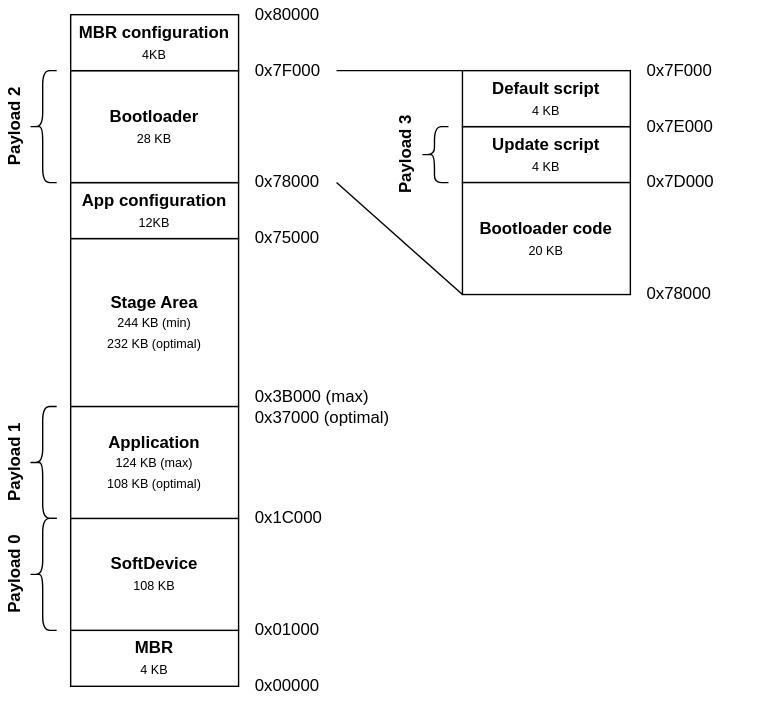
Earlier version of the draw.io export nolobolo_s112_map.svg (doki-nordic/draw.io). Source tidied: cells renumbered, new cells last; positions are measured from the earlier drawing's top-left corner, leaving out a move shared by most shapes.
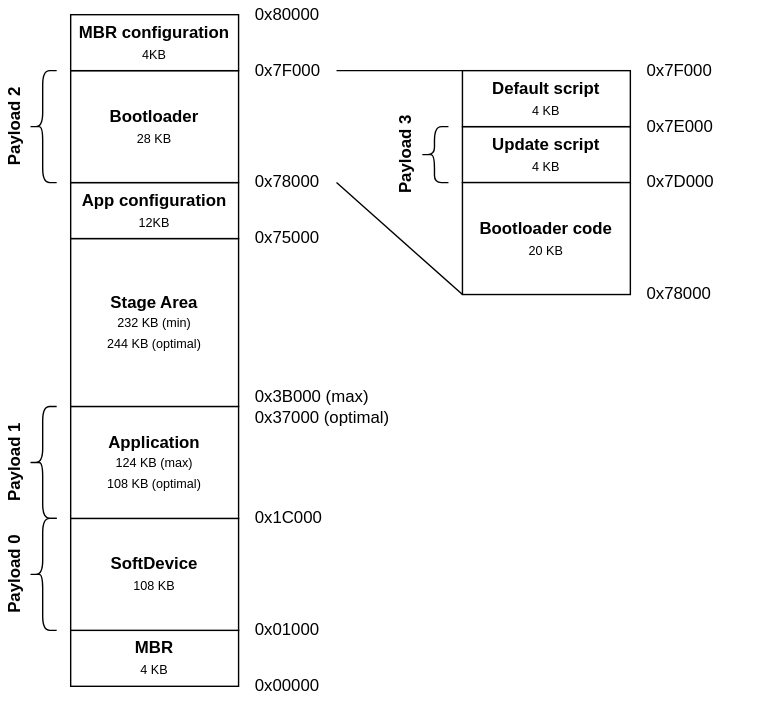
After the commit.

What changed in the source:
```diff
@@ -11,7 +11,7 @@
     <mxCell id="4" value="&lt;b&gt;Application&lt;/b&gt;&lt;br&gt;&lt;font style=&quot;font-size: 9px&quot;&gt;124 KB (max)&lt;br&gt;108 KB (optimal)&lt;br&gt;&lt;/font&gt;" style="rounded=0;whiteSpace=wrap;html=1;strokeWidth=1;perimeterSpacing=0;" parent="1" vertex="1">
       <mxGeometry x="50" y="290" width="120" height="80" as="geometry" />
     </mxCell>
-    <mxCell id="5" value="&lt;b&gt;Stage Area&lt;br&gt;&lt;/b&gt;&lt;div&gt;&lt;font style=&quot;font-size: 9px&quot;&gt;244 KB (min)&lt;/font&gt;&lt;/div&gt;&lt;div&gt;&lt;font style=&quot;font-size: 9px&quot;&gt;232 KB (optimal)&lt;/font&gt;&lt;/div&gt;" style="rounded=0;whiteSpace=wrap;html=1;strokeWidth=1;perimeterSpacing=0;" parent="1" vertex="1">
+    <mxCell id="5" value="&lt;b&gt;Stage Area&lt;br&gt;&lt;/b&gt;&lt;span style=&quot;font-size: 9px&quot;&gt;232&lt;/span&gt;&lt;span style=&quot;font-size: 9px&quot;&gt;&amp;nbsp;KB (min)&lt;/span&gt;&lt;span style=&quot;font-size: 9px&quot;&gt;&lt;br&gt;&lt;/span&gt;&lt;span style=&quot;font-size: 9px&quot;&gt;244&lt;/span&gt;&lt;span style=&quot;font-size: 9px&quot;&gt;&amp;nbsp;KB (optimal)&lt;/span&gt;&lt;span style=&quot;font-size: 9px&quot;&gt;&lt;br&gt;&lt;/span&gt;" style="rounded=0;whiteSpace=wrap;html=1;strokeWidth=1;perimeterSpacing=0;" parent="1" vertex="1">
       <mxGeometry x="50" y="170" width="120" height="120" as="geometry" />
     </mxCell>
     <mxCell id="6" value="&lt;b&gt;App configuration&lt;br&gt;&lt;/b&gt;&lt;font style=&quot;font-size: 9px&quot;&gt;12KB&lt;/font&gt;" style="rounded=0;whiteSpace=wrap;html=1;strokeWidth=1;perimeterSpacing=0;" parent="1" vertex="1">
```
